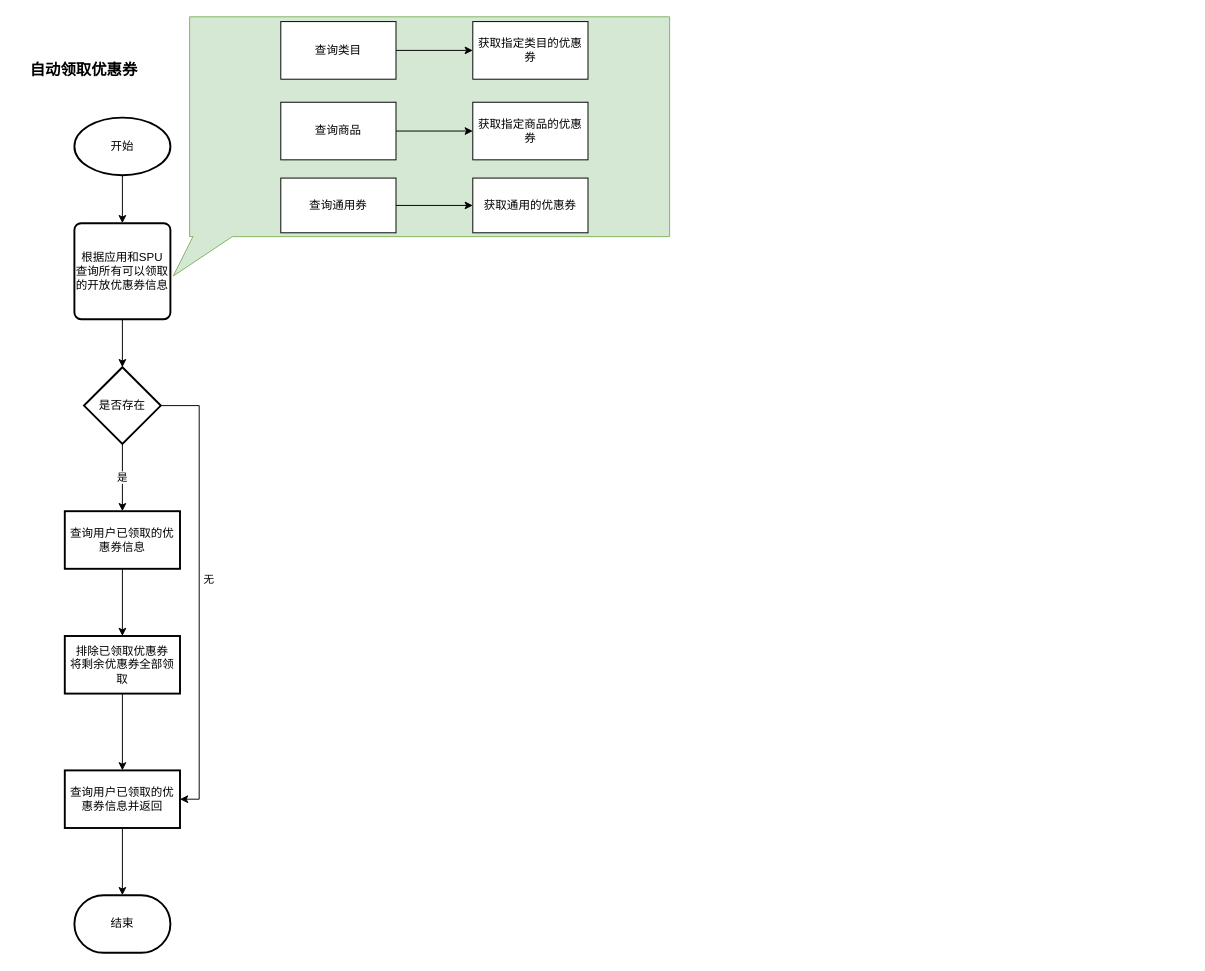
This is 未命名绘图.drawio from SteveGlory/steveglory.github.io, a draw.io file, before an edit. Source tidied: cells renumbered, new cells numbered last; positions are measured from the earlier drawing's top-left corner, leaving out a move shared by most shapes. Both pictures are drawn from the tidied source at 96%, with x=0, y=0 at pixel (26, 16).
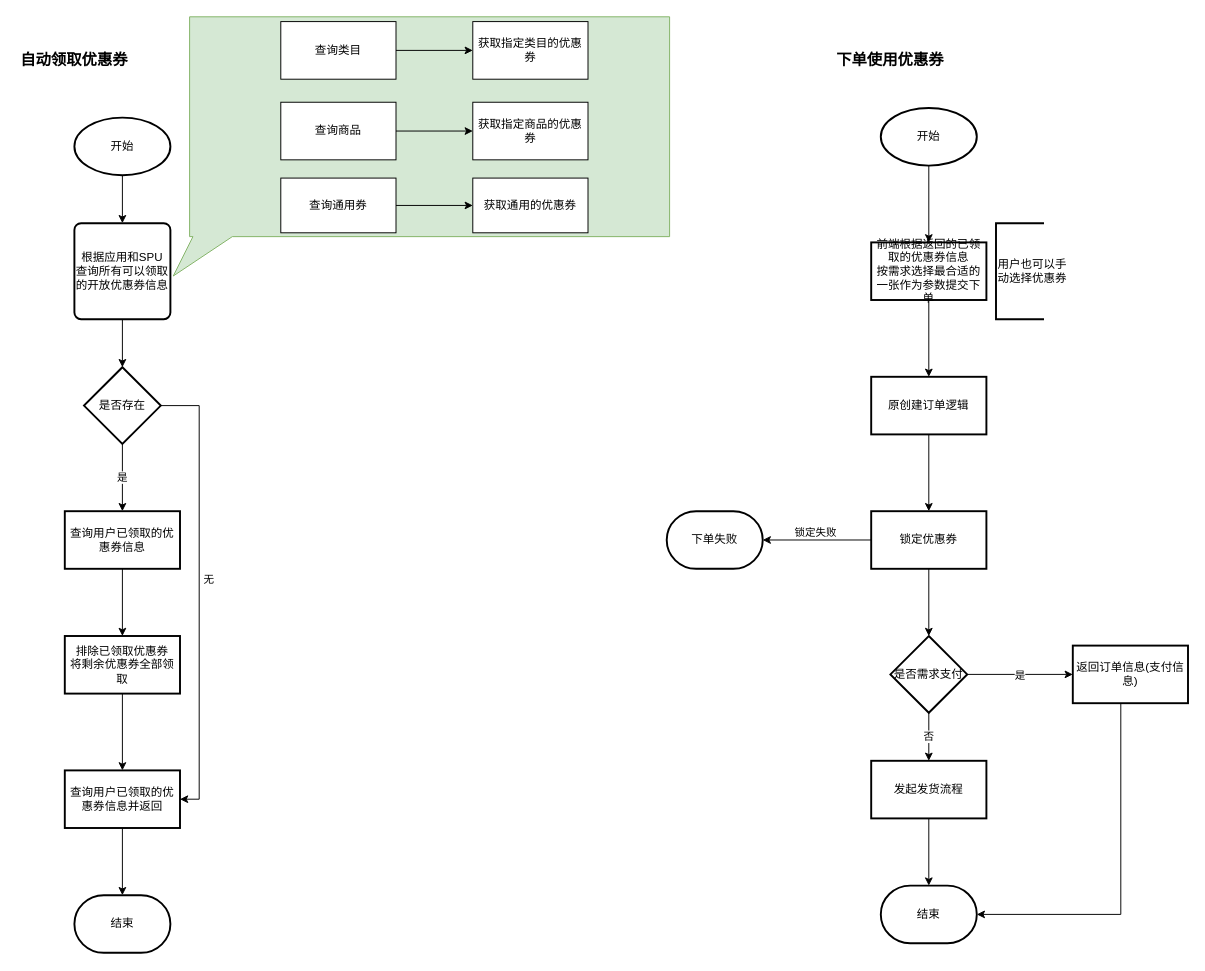
The same page after the edit.

Commit message (it also covers changes not shown here):
更新未命名绘图.drawio

Diff of the diagram source:
```diff
@@
     <mxCell id="3" value="自动领取优惠券" style="text;html=1;align=center;verticalAlign=middle;whiteSpace=wrap;rounded=0;fontSize=16;fontStyle=1;" parent="1" vertex="1">
-      <mxGeometry y="45" width="120" height="20" as="geometry" />
+      <mxGeometry x="-10" y="35" width="120" height="20" as="geometry" />
     </mxCell>
@@
+    <mxCell id="28" style="edgeStyle=orthogonalEdgeStyle;rounded=0;jettySize=auto;html=1;" parent="1" edge="1" source="29" target="32">
+      <mxGeometry relative="1" as="geometry" />
+    </mxCell>
+    <mxCell id="29" value="开始" style="strokeWidth=2;html=1;shape=mxgraph.flowchart.start_1;whiteSpace=wrap;" parent="1" vertex="1">
+      <mxGeometry x="890" y="95" width="100" height="60" as="geometry" />
+    </mxCell>
+    <mxCell id="30" value="下单使用优惠券" style="text;html=1;align=center;verticalAlign=middle;whiteSpace=wrap;rounded=0;fontSize=16;fontStyle=1;" parent="1" vertex="1">
+      <mxGeometry x="840" y="35" width="120" height="20" as="geometry" />
+    </mxCell>
+    <mxCell id="31" style="edgeStyle=orthogonalEdgeStyle;rounded=0;jettySize=auto;html=1;" parent="1" edge="1" source="32" target="35">
+      <mxGeometry relative="1" as="geometry" />
+    </mxCell>
+    <mxCell id="32" value="前端根据返回的已领取的优惠券信息&lt;div&gt;按需求选择最合适的一张作为参数提交下单&lt;/div&gt;" style="whiteSpace=wrap;html=1;strokeWidth=2;" parent="1" vertex="1">
+      <mxGeometry x="880" y="235" width="120" height="60" as="geometry" />
+    </mxCell>
+    <mxCell id="33" value="用户也可以手&lt;div&gt;动选择优惠券&lt;/div&gt;" style="strokeWidth=2;html=1;shape=mxgraph.flowchart.annotation_1;align=left;" parent="1" vertex="1">
+      <mxGeometry x="1010" y="215" width="50" height="100" as="geometry" />
+    </mxCell>
+    <mxCell id="34" style="edgeStyle=orthogonalEdgeStyle;rounded=0;jettySize=auto;html=1;" parent="1" edge="1" source="35" target="39">
+      <mxGeometry relative="1" as="geometry" />
+    </mxCell>
+    <mxCell id="35" value="原创建订单逻辑" style="whiteSpace=wrap;html=1;strokeWidth=2;" parent="1" vertex="1">
+      <mxGeometry x="880" y="375" width="120" height="60" as="geometry" />
+    </mxCell>
+    <mxCell id="36" style="edgeStyle=orthogonalEdgeStyle;rounded=0;jettySize=auto;html=1;" parent="1" edge="1" source="39" target="40">
+      <mxGeometry relative="1" as="geometry" />
+    </mxCell>
+    <mxCell id="37" value="锁定失败" style="edgeLabel;html=1;align=center;verticalAlign=middle;" parent="36" vertex="1">
+      <mxGeometry x="-0.01" y="4" relative="1" as="geometry">
+        <mxPoint x="-3" y="-13" as="offset" />
+      </mxGeometry>
+    </mxCell>
+    <mxCell id="38" style="edgeStyle=orthogonalEdgeStyle;rounded=0;jettySize=auto;html=1;" parent="1" edge="1" source="39" target="45">
+      <mxGeometry relative="1" as="geometry" />
+    </mxCell>
+    <mxCell id="39" value="锁定优惠券" style="whiteSpace=wrap;html=1;strokeWidth=2;" parent="1" vertex="1">
+      <mxGeometry x="880" y="515" width="120" height="60" as="geometry" />
+    </mxCell>
+    <mxCell id="40" value="下单失败" style="strokeWidth=2;html=1;shape=mxgraph.flowchart.terminator;whiteSpace=wrap;" parent="1" vertex="1">
+      <mxGeometry x="667" y="515" width="100" height="60" as="geometry" />
+    </mxCell>
+    <mxCell id="41" value="返回订单信息(支付信息)" style="whiteSpace=wrap;html=1;strokeWidth=2;" parent="1" vertex="1">
+      <mxGeometry x="1090" y="655" width="120" height="60" as="geometry" />
+    </mxCell>
+    <mxCell id="42" value="否" style="edgeStyle=orthogonalEdgeStyle;rounded=0;jettySize=auto;html=1;" parent="1" edge="1" source="45" target="47">
+      <mxGeometry relative="1" as="geometry" />
+    </mxCell>
+    <mxCell id="43" style="edgeStyle=orthogonalEdgeStyle;rounded=0;jettySize=auto;html=1;" parent="1" edge="1" source="45" target="41">
+      <mxGeometry relative="1" as="geometry" />
+    </mxCell>
+    <mxCell id="44" value="是" style="edgeLabel;html=1;align=center;verticalAlign=middle;" parent="43" vertex="1">
+      <mxGeometry x="-0.02" relative="1" as="geometry" />
+    </mxCell>
+    <mxCell id="45" value="是否需求支付" style="rhombus;whiteSpace=wrap;html=1;strokeWidth=2;" parent="1" vertex="1">
+      <mxGeometry x="900" y="645" width="80" height="80" as="geometry" />
+    </mxCell>
+    <mxCell id="46" style="edgeStyle=orthogonalEdgeStyle;rounded=0;jettySize=auto;html=1;" parent="1" edge="1" source="47" target="48">
+      <mxGeometry relative="1" as="geometry" />
+    </mxCell>
+    <mxCell id="47" value="发起发货流程" style="whiteSpace=wrap;html=1;strokeWidth=2;" parent="1" vertex="1">
+      <mxGeometry x="880" y="775" width="120" height="60" as="geometry" />
+    </mxCell>
+    <mxCell id="48" value="结束" style="strokeWidth=2;html=1;shape=mxgraph.flowchart.terminator;whiteSpace=wrap;" parent="1" vertex="1">
+      <mxGeometry x="890" y="905" width="100" height="60" as="geometry" />
+    </mxCell>
+    <mxCell id="49" style="edgeStyle=orthogonalEdgeStyle;rounded=0;jettySize=auto;html=1;entryX=1;entryY=0.5;entryDx=0;entryDy=0;entryPerimeter=0;" parent="1" edge="1" source="41" target="48">
+      <mxGeometry relative="1" as="geometry">
+        <Array as="points">
+          <mxPoint x="1140" y="935" />
+        </Array>
+      </mxGeometry>
+    </mxCell>
```
